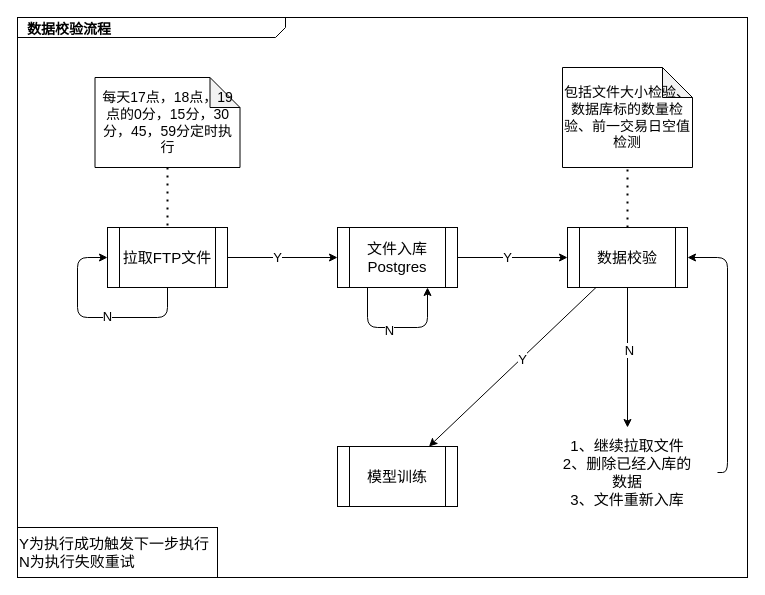
The draw.io diagram drawio/Untitled Diagram.drawio in jayed008/notebook, before the edit. Source tidied: cells renumbered, new cells numbered last; positions are measured from the earlier drawing's top-left corner, leaving out a move shared by most shapes. Both pictures are drawn from the tidied source at 100%, with x=0, y=0 at pixel (17, 17).
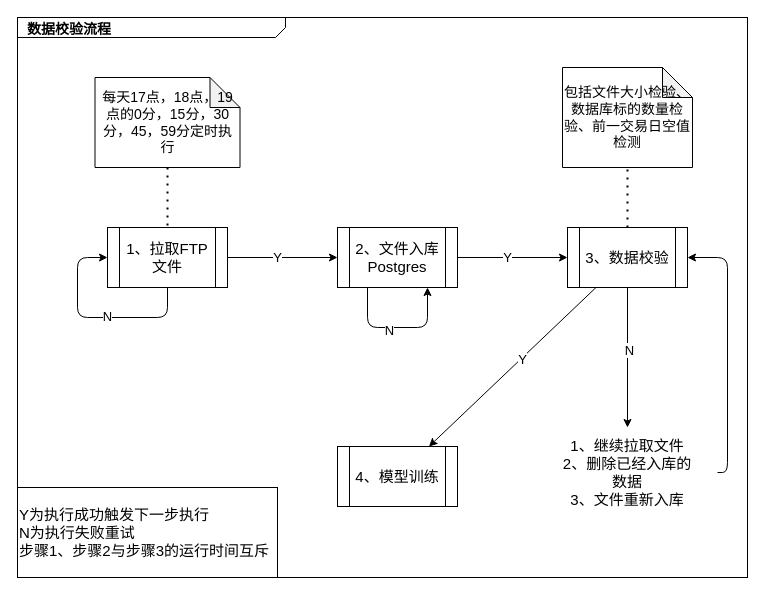
The same page after the edit.

Change to the diagram source:
```diff
@@
-    <mxCell id="6" value="&lt;font style=&quot;font-size: 15px&quot;&gt;拉取FTP文件&lt;/font&gt;" style="shape=process;whiteSpace=wrap;html=1;backgroundOutline=1;" parent="1" vertex="1">
+    <mxCell id="6" value="&lt;font style=&quot;font-size: 15px&quot;&gt;1、拉取FTP文件&lt;/font&gt;" style="shape=process;whiteSpace=wrap;html=1;backgroundOutline=1;" parent="1" vertex="1">
       <mxGeometry x="90" y="210" width="120" height="60" as="geometry" />
     </mxCell>
@@
-    <mxCell id="11" value="&lt;font style=&quot;font-size: 15px&quot;&gt;文件入库Postgres&lt;/font&gt;" style="shape=process;whiteSpace=wrap;html=1;backgroundOutline=1;" parent="1" vertex="1">
+    <mxCell id="11" value="&lt;font style=&quot;font-size: 15px&quot;&gt;2、文件入库Postgres&lt;/font&gt;" style="shape=process;whiteSpace=wrap;html=1;backgroundOutline=1;" parent="1" vertex="1">
       <mxGeometry x="320" y="210" width="120" height="60" as="geometry" />
     </mxCell>
@@
-    <mxCell id="14" value="&lt;font style=&quot;font-size: 15px&quot;&gt;数据校验&lt;/font&gt;" style="shape=process;whiteSpace=wrap;html=1;backgroundOutline=1;" parent="1" vertex="1">
+    <mxCell id="14" value="&lt;font style=&quot;font-size: 15px&quot;&gt;3、数据校验&lt;/font&gt;" style="shape=process;whiteSpace=wrap;html=1;backgroundOutline=1;" parent="1" vertex="1">
       <mxGeometry x="550" y="210" width="120" height="60" as="geometry" />
     </mxCell>
@@
-    <mxCell id="19" value="&lt;font style=&quot;font-size: 15px&quot;&gt;模型训练&lt;/font&gt;" style="shape=process;whiteSpace=wrap;html=1;backgroundOutline=1;" parent="1" vertex="1">
+    <mxCell id="19" value="&lt;font style=&quot;font-size: 15px&quot;&gt;4、模型训练&lt;/font&gt;" style="shape=process;whiteSpace=wrap;html=1;backgroundOutline=1;" parent="1" vertex="1">
       <mxGeometry x="320" y="429" width="120" height="60" as="geometry" />
     </mxCell>
@@
-    <mxCell id="28" value="&lt;span style=&quot;font-size: 15px&quot;&gt;Y为执行成功触发下一步执行&lt;br&gt;N为执行失败重试&lt;br&gt;&lt;/span&gt;" style="text;html=1;fillColor=none;align=left;verticalAlign=middle;whiteSpace=wrap;rounded=0;fontSize=13;strokeColor=#000000;" parent="1" vertex="1">
-      <mxGeometry y="510" width="200" height="50" as="geometry" />
+    <mxCell id="28" value="&lt;span style=&quot;font-size: 15px&quot;&gt;Y为执行成功触发下一步执行&lt;br&gt;N为执行失败重试&lt;br&gt;步骤1、步骤2与步骤3的运行时间互斥&lt;br&gt;&lt;/span&gt;" style="text;html=1;fillColor=none;align=left;verticalAlign=middle;whiteSpace=wrap;rounded=0;fontSize=13;strokeColor=#000000;" parent="1" vertex="1">
+      <mxGeometry y="470" width="260" height="90" as="geometry" />
     </mxCell>
```
